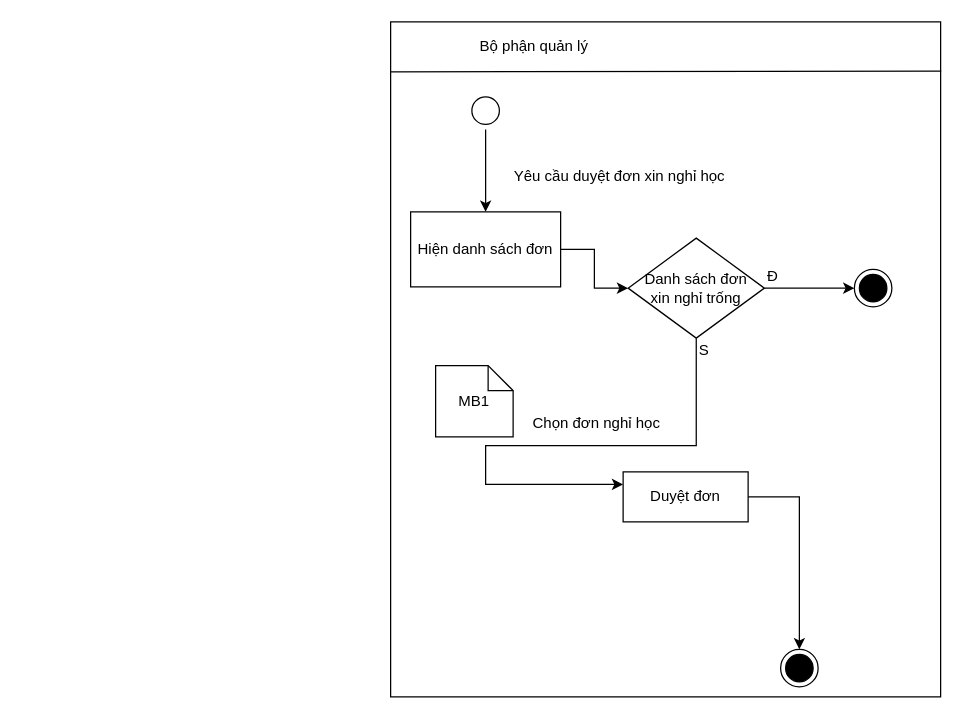
Earlier version of the draw.io diagram page "duyet don nghi hoc" (3 of 3) of BaoCao/BT2/bt2-lam.drawio (ktd131/ThucTapCNTT). Source tidied: cells renumbered, new cells numbered last; positions are measured from the earlier drawing's top-left corner, leaving out a move shared by most shapes. Both pictures are drawn from the tidied source at 125%, with x=0, y=0 at pixel (390, 21).
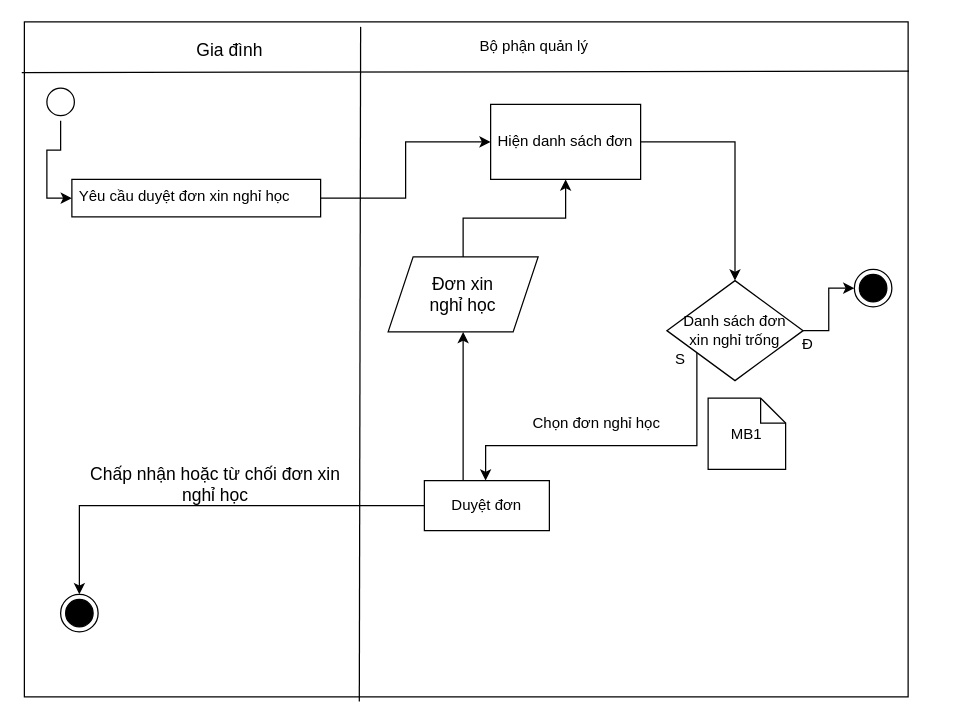
The same diagram, later.

The edit, as a diff of the source:
```diff
@@
     <mxCell id="2" style="rounded=0;whiteSpace=wrap;html=1;strokeColor=#000000;" parent="1" vertex="1">
-      <mxGeometry width="440" height="540" as="geometry" />
+      <mxGeometry x="-293" width="707" height="540" as="geometry" />
     </mxCell>
-    <mxCell id="3" style="endArrow=none;html=1;strokeColor=#000000;entryX=1.001;entryY=0.073;entryDx=0;entryDy=0;entryPerimeter=0;" parent="1" edge="1" target="2">
+    <mxCell id="3" style="endArrow=none;html=1;strokeColor=#000000;entryX=1.001;entryY=0.073;entryDx=0;entryDy=0;entryPerimeter=0;exitX=0.003;exitY=0.075;exitDx=0;exitDy=0;exitPerimeter=0;" parent="1" edge="1" target="2">
       <mxGeometry relative="1" as="geometry">
-        <mxPoint y="40" as="sourcePoint" />
+        <mxPoint x="-295.1" y="40.5" as="sourcePoint" />
       </mxGeometry>
     </mxCell>
@@
-    <mxCell id="5" style="edgeStyle=orthogonalEdgeStyle;rounded=0;jettySize=auto;html=1;strokeColor=#000000;" parent="1" edge="1" source="6" target="9">
+    <mxCell id="5" style="edgeStyle=orthogonalEdgeStyle;rounded=0;jettySize=auto;html=1;strokeColor=#000000;" parent="1" edge="1" source="6" target="14">
       <mxGeometry relative="1" as="geometry" />
     </mxCell>
     <mxCell id="6" style="ellipse;html=1;shape=startState;fontSize=20;fillColor=#FFFFFF;" parent="1" vertex="1">
-      <mxGeometry x="61" y="56" width="30" height="30" as="geometry" />
+      <mxGeometry x="-279" y="49" width="30" height="30" as="geometry" />
     </mxCell>
     <mxCell id="7" style="ellipse;html=1;shape=endState;fillColor=#000000;fontSize=20;" parent="1" vertex="1">
-      <mxGeometry x="312" y="502" width="30" height="30" as="geometry" />
+      <mxGeometry x="-264" y="458" width="30" height="30" as="geometry" />
     </mxCell>
@@
     <mxCell id="9" value="Hiện danh sách đơn" style="rounded=0;whiteSpace=wrap;html=1;strokeColor=#000000;" parent="1" vertex="1">
-      <mxGeometry x="16" y="152" width="120" height="60" as="geometry" />
+      <mxGeometry x="80" y="66" width="120" height="60" as="geometry" />
     </mxCell>
     <mxCell id="10" value="Đ" style="text;html=1;strokeColor=none;fillColor=none;align=center;verticalAlign=middle;whiteSpace=wrap;rounded=0;" parent="1" vertex="1">
-      <mxGeometry x="286" y="194" width="40" height="20" as="geometry" />
+      <mxGeometry x="314" y="248" width="40" height="20" as="geometry" />
     </mxCell>
@@
     <mxCell id="13" value="MB1" style="shape=note;size=20;whiteSpace=wrap;html=1;" parent="1" vertex="1">
-      <mxGeometry x="36" y="275" width="62" height="57" as="geometry" />
+      <mxGeometry x="254" y="301" width="62" height="57" as="geometry" />
     </mxCell>
+    <mxCell id="21" style="edgeStyle=orthogonalEdgeStyle;rounded=0;jettySize=auto;html=1;fontSize=14;" parent="1" edge="1" source="14" target="9">
+      <mxGeometry relative="1" as="geometry" />
+    </mxCell>
-    <mxCell id="14" value="Yêu cầu duyệt đơn xin nghỉ học" style="text;strokeColor=none;fillColor=none;spacingLeft=4;spacingRight=4;overflow=hidden;points=[[0,0.5],[1,0.5]];portConstraint=eastwest;fontSize=12;" parent="1" vertex="1">
-      <mxGeometry x="93" y="110" width="199" height="30" as="geometry" />
+    <mxCell id="14" value="Yêu cầu duyệt đơn xin nghỉ học" style="text;fillColor=none;spacingLeft=4;spacingRight=4;overflow=hidden;points=[[0,0.5],[1,0.5]];portConstraint=eastwest;fontSize=12;strokeColor=#000000;" parent="1" vertex="1">
+      <mxGeometry x="-255" y="126" width="199" height="30" as="geometry" />
     </mxCell>
@@
     <mxCell id="18" value="Danh sách đơn &lt;br&gt;xin nghỉ trống" style="rhombus;whiteSpace=wrap;html=1;strokeColor=#000000;" parent="1" vertex="1">
-      <mxGeometry x="190" y="173" width="109" height="80" as="geometry" />
+      <mxGeometry x="221" y="207" width="109" height="80" as="geometry" />
     </mxCell>
@@
+    <mxCell id="22" style="edgeStyle=orthogonalEdgeStyle;rounded=0;jettySize=auto;html=1;fontSize=14;" parent="1" edge="1" source="20" target="24">
+      <mxGeometry relative="1" as="geometry">
+        <Array as="points">
+          <mxPoint x="58" y="339" />
+          <mxPoint x="58" y="339" />
+        </Array>
+      </mxGeometry>
+    </mxCell>
     <mxCell id="20" value="Duyệt đơn" style="whiteSpace=wrap;html=1;align=center;" parent="1" vertex="1">
-      <mxGeometry x="186" y="360" width="100" height="40" as="geometry" />
+      <mxGeometry x="27" y="367" width="100" height="40" as="geometry" />
     </mxCell>
+    <mxCell id="23" style="edgeStyle=orthogonalEdgeStyle;rounded=0;jettySize=auto;html=1;fontSize=14;" parent="1" edge="1" source="24" target="9">
+      <mxGeometry relative="1" as="geometry" />
+    </mxCell>
+    <mxCell id="24" value="Đơn xin &lt;br&gt;nghỉ học" style="shape=parallelogram;perimeter=parallelogramPerimeter;whiteSpace=wrap;html=1;fixedSize=1;strokeColor=#000000;fillColor=#FFFFFF;gradientColor=none;fontSize=14;" parent="1" vertex="1">
+      <mxGeometry x="-2" y="188" width="120" height="60" as="geometry" />
+    </mxCell>
+    <mxCell id="25" value="Gia đình" style="text;html=1;strokeColor=none;fillColor=none;align=center;verticalAlign=middle;whiteSpace=wrap;rounded=0;fontSize=14;" parent="1" vertex="1">
+      <mxGeometry x="-174" y="13" width="91" height="20" as="geometry" />
+    </mxCell>
+    <mxCell id="26" style="endArrow=none;html=1;fontSize=14;exitX=0.379;exitY=1.007;exitDx=0;exitDy=0;exitPerimeter=0;" parent="1" edge="1" source="2">
+      <mxGeometry relative="1" as="geometry">
+        <mxPoint x="-24" y="4" as="targetPoint" />
+      </mxGeometry>
+    </mxCell>
+    <mxCell id="27" value="S" style="text;html=1;strokeColor=none;fillColor=none;align=center;verticalAlign=middle;whiteSpace=wrap;rounded=0;" parent="1" vertex="1">
+      <mxGeometry x="212" y="260" width="40" height="20" as="geometry" />
+    </mxCell>
+    <mxCell id="28" value="Chấp nhận hoặc từ chối đơn xin nghỉ học" style="text;html=1;strokeColor=none;fillColor=none;align=center;verticalAlign=middle;whiteSpace=wrap;rounded=0;fontSize=14;" parent="1" vertex="1">
+      <mxGeometry x="-243" y="360" width="206" height="20" as="geometry" />
+    </mxCell>
```
